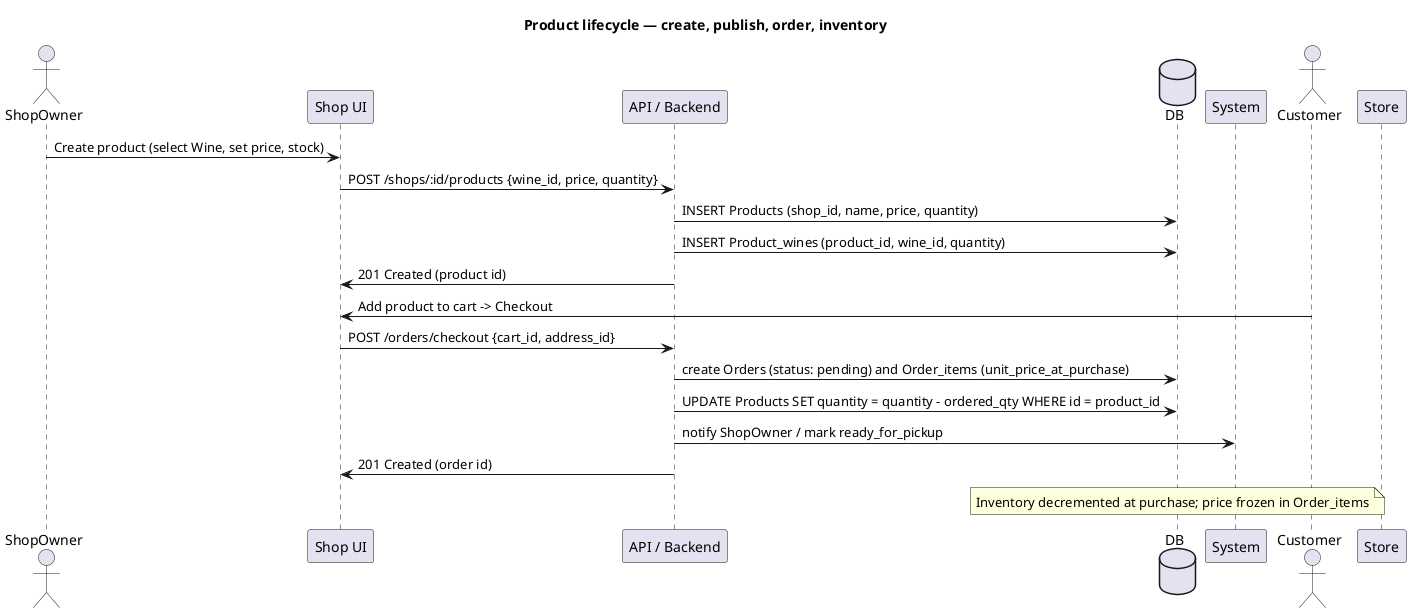
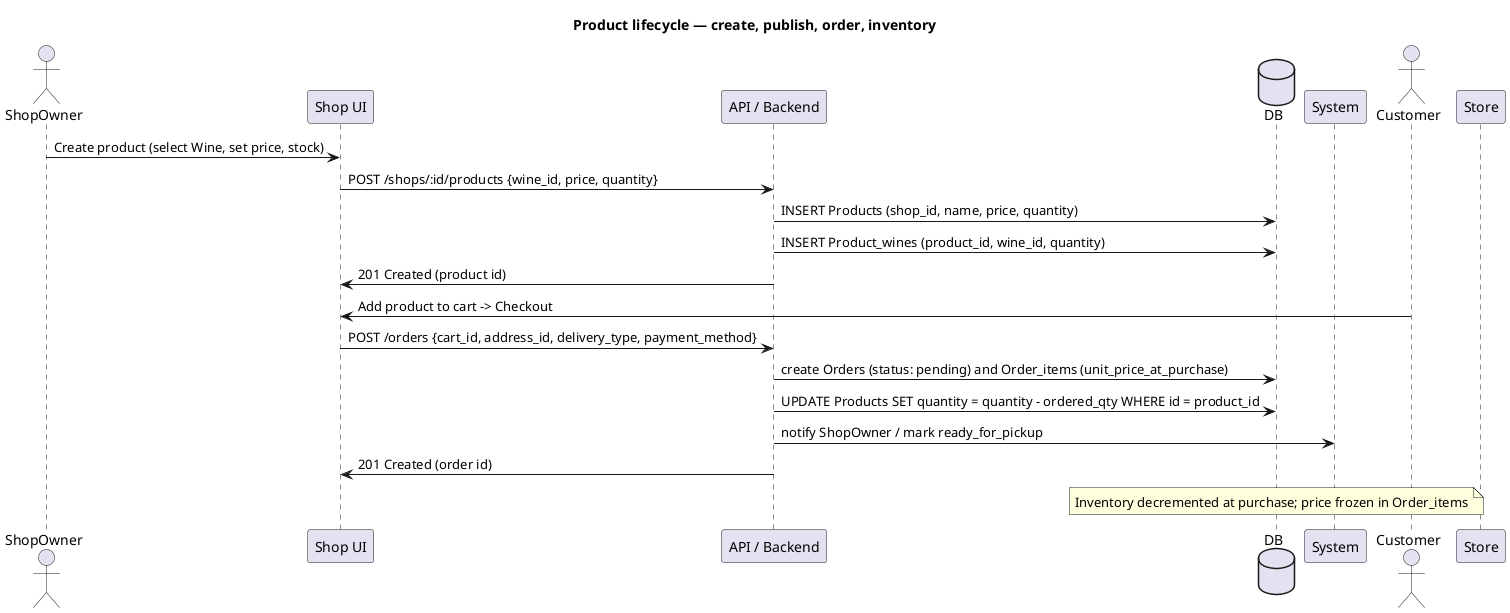
@startuml seq_product_lifecycle.puml
title Product lifecycle — create, publish, order, inventory

actor ShopOwner
participant "Shop UI" as UI
participant "API / Backend" as API
database "DB" as DB
participant System
actor Customer
participant "Store" as Shop

ShopOwner -> UI: Create product (select Wine, set price, stock)
UI -> API: POST /shops/:id/products {wine_id, price, quantity}
API -> DB: INSERT Products (shop_id, name, price, quantity)
API -> DB: INSERT Product_wines (product_id, wine_id, quantity)
API -> UI: 201 Created (product id)

Customer -> UI: Add product to cart -> Checkout
- UI -> API: POST /orders/checkout {cart_id, address_id}
+ UI -> API: POST /orders {cart_id, address_id, delivery_type, payment_method}
API -> DB: create Orders (status: pending) and Order_items (unit_price_at_purchase)
API -> DB: UPDATE Products SET quantity = quantity - ordered_qty WHERE id = product_id
API -> System: notify ShopOwner / mark ready_for_pickup
API -> UI: 201 Created (order id)

note over DB: Inventory decremented at purchase; price frozen in Order_items

@enduml
